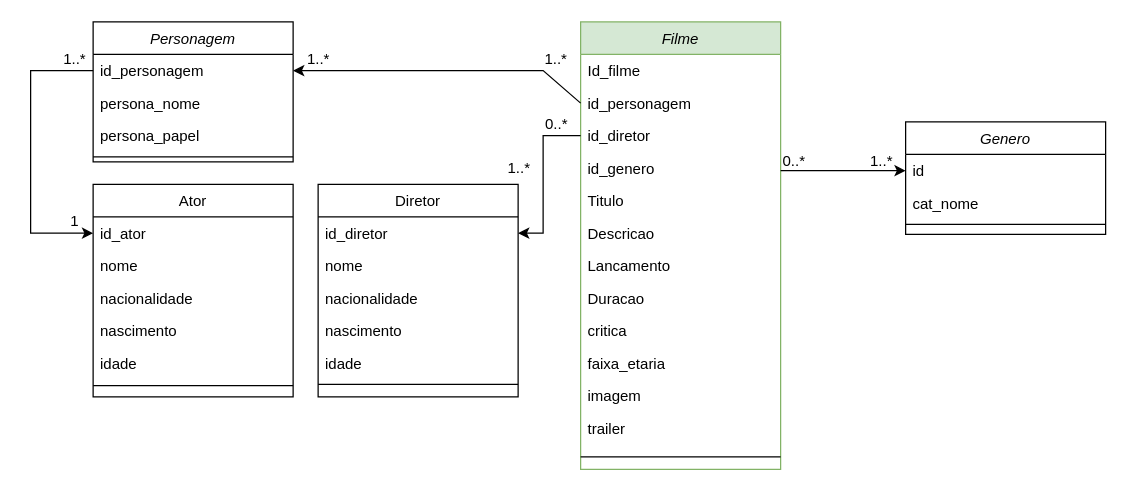
Above: Untitled Diagram.drawio in LucasPeresFaria/CatalogoFilmes (draw.io), before the change. Source tidied: cells renumbered, new cells numbered last; positions are measured from the earlier drawing's top-left corner, leaving out a move shared by most shapes. Both pictures are drawn from the tidied source at 125%, with x=0, y=0 at pixel (30, 21).
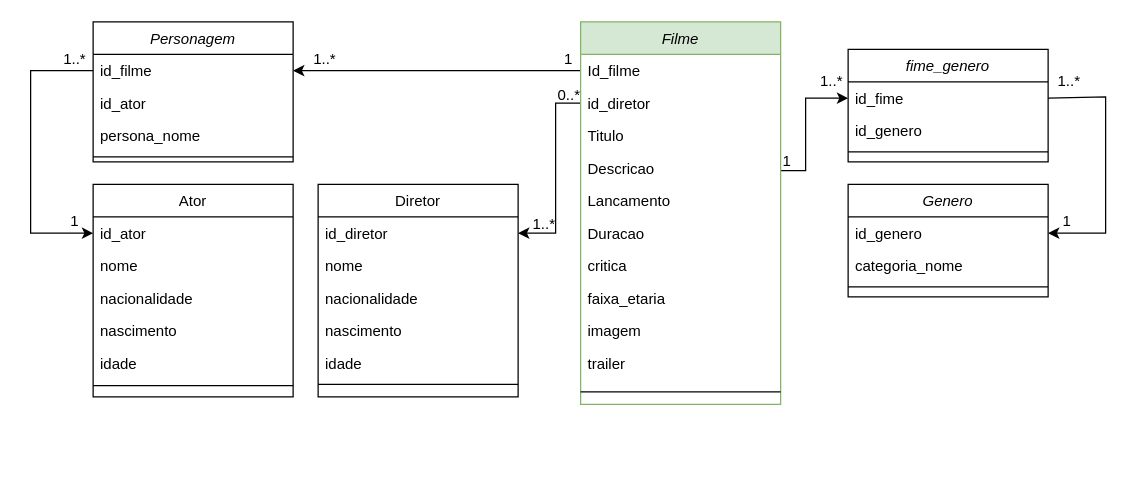
After the change.

Commit message (it also covers changes not shown here):
Correção no banco de dados

Unchanged cells that the change refers to:
```xml
<mxCell id="3" value="Id_filme" style="text;align=left;verticalAlign=top;spacingLeft=4;spacingRight=4;overflow=hidden;points=[[0,0.5],[1,0.5]];portConstraint=eastwest;" parent="2" vertex="1">
  <mxGeometry y="26" width="160" height="26" as="geometry" />
</mxCell>
<mxCell id="24" value="id_diretor" style="text;align=left;verticalAlign=top;spacingLeft=4;spacingRight=4;overflow=hidden;points=[[0,0.5],[1,0.5]];portConstraint=eastwest;" parent="23" vertex="1">
  <mxGeometry y="26" width="160" height="26" as="geometry" />
</mxCell>
<mxCell id="32" value="id_ator" style="text;align=left;verticalAlign=top;spacingLeft=4;spacingRight=4;overflow=hidden;points=[[0,0.5],[1,0.5]];portConstraint=eastwest;" parent="31" vertex="1">
  <mxGeometry y="26" width="160" height="26" as="geometry" />
</mxCell>
```

Diff of the diagram source:
```diff
@@
+    <mxCell id="21" value="1..*" style="align=left;verticalAlign=bottom;labelBackgroundColor=none;fontSize=12;" parent="1" vertex="1">
+      <mxGeometry x="400" y="170" as="geometry" />
+    </mxCell>
+    <mxCell id="22" style="edgeStyle=none;rounded=0;jettySize=auto;html=1;entryX=0;entryY=0.5;entryDx=0;entryDy=0;" parent="1" edge="1" target="43">
+      <mxGeometry relative="1" as="geometry">
+        <mxPoint x="600" y="119" as="sourcePoint" />
+        <Array as="points">
+          <mxPoint x="620" y="119" />
+          <mxPoint x="620" y="61" />
+        </Array>
+      </mxGeometry>
+    </mxCell>
+    <mxCell id="30" style="edgeStyle=none;rounded=0;jettySize=auto;html=1;exitX=0;exitY=0.5;exitDx=0;exitDy=0;entryX=0;entryY=0.5;entryDx=0;entryDy=0;" parent="1" edge="1" source="17" target="32">
+      <mxGeometry relative="1" as="geometry">
+        <Array as="points">
+          <mxPoint y="39" />
+          <mxPoint y="169" />
+        </Array>
+      </mxGeometry>
+    </mxCell>
+    <mxCell id="38" style="edgeStyle=none;rounded=0;jettySize=auto;html=1;exitX=0;exitY=0.5;exitDx=0;exitDy=0;entryX=1;entryY=0.5;entryDx=0;entryDy=0;" parent="1" edge="1" source="5" target="24">
+      <mxGeometry relative="1" as="geometry">
+        <Array as="points">
+          <mxPoint x="420" y="65" />
+          <mxPoint x="420" y="91" />
+          <mxPoint x="420" y="169" />
+        </Array>
+      </mxGeometry>
+    </mxCell>
+    <mxCell id="46" value="0..*" style="align=left;verticalAlign=bottom;labelBackgroundColor=none;fontSize=12;" parent="1" vertex="1">
+      <mxGeometry x="420" y="67" as="geometry" />
+    </mxCell>
+    <mxCell id="47" value="1" style="align=left;verticalAlign=bottom;labelBackgroundColor=none;fontSize=12;" parent="1" vertex="1">
+      <mxGeometry x="600" y="120" as="geometry" />
+    </mxCell>
+    <mxCell id="48" value="1..*" style="align=left;verticalAlign=bottom;labelBackgroundColor=none;fontSize=12;" parent="1" vertex="1">
+      <mxGeometry x="820" y="56" as="geometry" />
+    </mxCell>
+    <mxCell id="49" value="1..*" style="text;html=1;align=center;verticalAlign=middle;fillColor=none;strokeColor=none;rounded=0;shadow=0;" parent="1" vertex="1">
+      <mxGeometry x="20" y="20" width="30" height="20" as="geometry" />
+    </mxCell>
+    <mxCell id="50" value="1" style="text;html=1;align=center;verticalAlign=middle;fillColor=none;strokeColor=none;rounded=0;shadow=0;" parent="1" vertex="1">
+      <mxGeometry x="25" y="150" width="20" height="20" as="geometry" />
+    </mxCell>
+    <mxCell id="51" style="edgeStyle=orthogonalEdgeStyle;rounded=0;jettySize=auto;html=1;exitX=0;exitY=0.5;exitDx=0;exitDy=0;entryX=1;entryY=0.5;entryDx=0;entryDy=0;" parent="1" edge="1" source="3" target="17">
+      <mxGeometry relative="1" as="geometry" />
+    </mxCell>
+    <mxCell id="52" value="1" style="text;html=1;align=center;verticalAlign=middle;fillColor=none;strokeColor=none;rounded=0;shadow=0;" parent="1" vertex="1">
+      <mxGeometry x="420" y="20" width="20" height="20" as="geometry" />
+    </mxCell>
+    <mxCell id="53" value="1..*" style="text;html=1;align=center;verticalAlign=middle;fillColor=none;strokeColor=none;rounded=0;shadow=0;" parent="1" vertex="1">
+      <mxGeometry x="220" y="20" width="30" height="20" as="geometry" />
+    </mxCell>
     <mxCell id="2" value="Filme" style="swimlane;fontStyle=2;align=center;verticalAlign=top;horizontal=1;startSize=26;rounded=0;shadow=0;strokeWidth=1;fillColor=#d5e8d4;strokeColor=#82b366;" parent="1" vertex="1">
-      <mxGeometry x="440" width="160" height="358" as="geometry" />
+      <mxGeometry x="440" width="160" height="306" as="geometry" />
     </mxCell>
@@
-    <mxCell id="4" value="id_personagem" style="text;align=left;verticalAlign=top;spacingLeft=4;spacingRight=4;overflow=hidden;points=[[0,0.5],[1,0.5]];portConstraint=eastwest;rounded=0;shadow=0;html=0;" parent="2" vertex="1">
-      <mxGeometry y="52" width="160" height="26" as="geometry" />
-    </mxCell>
     <mxCell id="5" value="id_diretor" style="text;align=left;verticalAlign=top;spacingLeft=4;spacingRight=4;overflow=hidden;points=[[0,0.5],[1,0.5]];portConstraint=eastwest;rounded=0;shadow=0;html=0;" parent="2" vertex="1">
-      <mxGeometry y="78" width="160" height="26" as="geometry" />
+      <mxGeometry y="52" width="160" height="26" as="geometry" />
     </mxCell>
-    <mxCell id="6" value="id_genero" style="text;align=left;verticalAlign=top;spacingLeft=4;spacingRight=4;overflow=hidden;points=[[0,0.5],[1,0.5]];portConstraint=eastwest;rounded=0;shadow=0;html=0;" parent="2" vertex="1">
-      <mxGeometry y="104" width="160" height="26" as="geometry" />
-    </mxCell>
     <mxCell id="7" value="Titulo" style="text;align=left;verticalAlign=top;spacingLeft=4;spacingRight=4;overflow=hidden;rounded=0;shadow=0;html=0;" parent="2" vertex="1">
-      <mxGeometry y="130" width="160" height="26" as="geometry" />
+      <mxGeometry y="78" width="160" height="26" as="geometry" />
     </mxCell>
     <mxCell id="8" value="Descricao" style="text;align=left;verticalAlign=top;spacingLeft=4;spacingRight=4;overflow=hidden;rounded=0;shadow=0;html=0;" parent="2" vertex="1">
-      <mxGeometry y="156" width="160" height="26" as="geometry" />
+      <mxGeometry y="104" width="160" height="26" as="geometry" />
     </mxCell>
     <mxCell id="9" value="Lancamento" style="text;align=left;verticalAlign=top;spacingLeft=4;spacingRight=4;overflow=hidden;rounded=0;shadow=0;html=0;" parent="2" vertex="1">
-      <mxGeometry y="182" width="160" height="26" as="geometry" />
+      <mxGeometry y="130" width="160" height="26" as="geometry" />
     </mxCell>
     <mxCell id="10" value="Duracao" style="text;align=left;verticalAlign=top;spacingLeft=4;spacingRight=4;overflow=hidden;rounded=0;shadow=0;html=0;" parent="2" vertex="1">
-      <mxGeometry y="208" width="160" height="26" as="geometry" />
+      <mxGeometry y="156" width="160" height="26" as="geometry" />
     </mxCell>
     <mxCell id="11" value="critica" style="text;align=left;verticalAlign=top;spacingLeft=4;spacingRight=4;overflow=hidden;rounded=0;shadow=0;html=0;" parent="2" vertex="1">
-      <mxGeometry y="234" width="160" height="26" as="geometry" />
+      <mxGeometry y="182" width="160" height="26" as="geometry" />
     </mxCell>
     <mxCell id="12" value="faixa_etaria" style="text;align=left;verticalAlign=top;spacingLeft=4;spacingRight=4;overflow=hidden;rounded=0;shadow=0;html=0;" parent="2" vertex="1">
-      <mxGeometry y="260" width="160" height="26" as="geometry" />
+      <mxGeometry y="208" width="160" height="26" as="geometry" />
     </mxCell>
     <mxCell id="13" value="imagem" style="text;align=left;verticalAlign=top;spacingLeft=4;spacingRight=4;overflow=hidden;rounded=0;shadow=0;html=0;" parent="2" vertex="1">
-      <mxGeometry y="286" width="160" height="26" as="geometry" />
+      <mxGeometry y="234" width="160" height="26" as="geometry" />
     </mxCell>
     <mxCell id="14" value="trailer" style="text;align=left;verticalAlign=top;spacingLeft=4;spacingRight=4;overflow=hidden;rounded=0;shadow=0;html=0;" parent="2" vertex="1">
-      <mxGeometry y="312" width="160" height="26" as="geometry" />
+      <mxGeometry y="260" width="160" height="26" as="geometry" />
     </mxCell>
     <mxCell id="15" style="line;html=1;strokeWidth=1;align=left;verticalAlign=middle;spacingTop=-1;spacingLeft=3;spacingRight=3;labelPosition=right;" parent="2" vertex="1">
-      <mxGeometry y="338" width="160" height="20" as="geometry" />
+      <mxGeometry y="286" width="160" height="20" as="geometry" />
     </mxCell>
-    <mxCell id="16" value="Personagem" style="swimlane;fontStyle=2;align=center;verticalAlign=top;horizontal=1;startSize=26;rounded=0;shadow=0;strokeWidth=1;" parent="1" vertex="1">
-      <mxGeometry x="50" width="160" height="112" as="geometry" />
-    </mxCell>
-    <mxCell id="17" value="id_personagem" style="text;align=left;verticalAlign=top;spacingLeft=4;spacingRight=4;overflow=hidden;points=[[0,0.5],[1,0.5]];portConstraint=eastwest;" parent="16" vertex="1">
-      <mxGeometry y="26" width="160" height="26" as="geometry" />
-    </mxCell>
-    <mxCell id="18" value="persona_nome" style="text;align=left;verticalAlign=top;spacingLeft=4;spacingRight=4;overflow=hidden;rounded=0;shadow=0;html=0;" parent="16" vertex="1">
-      <mxGeometry y="52" width="160" height="26" as="geometry" />
-    </mxCell>
-    <mxCell id="19" value="persona_papel" style="text;align=left;verticalAlign=top;spacingLeft=4;spacingRight=4;overflow=hidden;rounded=0;shadow=0;html=0;" parent="16" vertex="1">
-      <mxGeometry y="78" width="160" height="26" as="geometry" />
-    </mxCell>
-    <mxCell id="20" style="line;html=1;strokeWidth=1;align=left;verticalAlign=middle;spacingTop=-1;spacingLeft=3;spacingRight=3;labelPosition=right;" parent="16" vertex="1">
-      <mxGeometry y="104" width="160" height="8" as="geometry" />
-    </mxCell>
-    <mxCell id="21" value="1..*" style="align=left;verticalAlign=bottom;labelBackgroundColor=none;fontSize=12;" parent="1" vertex="1">
-      <mxGeometry x="380" y="125" as="geometry" />
-    </mxCell>
-    <mxCell id="22" style="edgeStyle=none;rounded=0;jettySize=auto;html=1;entryX=0;entryY=0.5;entryDx=0;entryDy=0;" parent="1" edge="1" target="43">
-      <mxGeometry relative="1" as="geometry">
-        <mxPoint x="600" y="119" as="sourcePoint" />
-      </mxGeometry>
-    </mxCell>
@@
-    <mxCell id="30" style="edgeStyle=none;rounded=0;jettySize=auto;html=1;exitX=0;exitY=0.5;exitDx=0;exitDy=0;entryX=0;entryY=0.5;entryDx=0;entryDy=0;" parent="1" edge="1" source="17" target="32">
-      <mxGeometry relative="1" as="geometry">
-        <Array as="points">
-          <mxPoint y="39" />
-          <mxPoint y="169" />
-        </Array>
-      </mxGeometry>
-    </mxCell>
+    <mxCell id="16" value="Personagem" style="swimlane;fontStyle=2;align=center;verticalAlign=top;horizontal=1;startSize=26;rounded=0;shadow=0;strokeWidth=1;" parent="1" vertex="1">
+      <mxGeometry x="50" width="160" height="112" as="geometry" />
+    </mxCell>
+    <mxCell id="17" value="id_filme" style="text;align=left;verticalAlign=top;spacingLeft=4;spacingRight=4;overflow=hidden;points=[[0,0.5],[1,0.5]];portConstraint=eastwest;" parent="16" vertex="1">
+      <mxGeometry y="26" width="160" height="26" as="geometry" />
+    </mxCell>
+    <mxCell id="18" value="id_ator" style="text;align=left;verticalAlign=top;spacingLeft=4;spacingRight=4;overflow=hidden;rounded=0;shadow=0;html=0;" parent="16" vertex="1">
+      <mxGeometry y="52" width="160" height="26" as="geometry" />
+    </mxCell>
+    <mxCell id="19" value="persona_nome" style="text;align=left;verticalAlign=top;spacingLeft=4;spacingRight=4;overflow=hidden;rounded=0;shadow=0;html=0;" parent="16" vertex="1">
+      <mxGeometry y="78" width="160" height="26" as="geometry" />
+    </mxCell>
+    <mxCell id="20" style="line;html=1;strokeWidth=1;align=left;verticalAlign=middle;spacingTop=-1;spacingLeft=3;spacingRight=3;labelPosition=right;" parent="16" vertex="1">
+      <mxGeometry y="104" width="160" height="8" as="geometry" />
+    </mxCell>
@@
-    <mxCell id="38" style="edgeStyle=none;rounded=0;jettySize=auto;html=1;exitX=0;exitY=0.5;exitDx=0;exitDy=0;entryX=1;entryY=0.5;entryDx=0;entryDy=0;" parent="1" edge="1" source="5" target="24">
-      <mxGeometry relative="1" as="geometry">
-        <Array as="points">
-          <mxPoint x="410" y="91" />
-          <mxPoint x="410" y="169" />
-        </Array>
-      </mxGeometry>
-    </mxCell>
-    <mxCell id="39" style="edgeStyle=none;rounded=0;jettySize=auto;html=1;exitX=0;exitY=0.5;exitDx=0;exitDy=0;entryX=1;entryY=0.5;entryDx=0;entryDy=0;" parent="1" edge="1" source="4" target="17">
-      <mxGeometry relative="1" as="geometry">
-        <Array as="points">
-          <mxPoint x="410" y="39" />
-          <mxPoint x="380" y="39" />
-          <mxPoint x="320" y="39" />
-        </Array>
-      </mxGeometry>
-    </mxCell>
-    <mxCell id="40" value="1..*" style="text;html=1;align=center;verticalAlign=middle;fillColor=none;strokeColor=none;rounded=0;shadow=0;" parent="1" vertex="1">
-      <mxGeometry x="405" y="20" width="30" height="20" as="geometry" />
-    </mxCell>
-    <mxCell id="41" value="1..*" style="text;html=1;align=center;verticalAlign=middle;fillColor=none;strokeColor=none;rounded=0;shadow=0;" parent="1" vertex="1">
-      <mxGeometry x="215" y="20" width="30" height="20" as="geometry" />
-    </mxCell>
-    <mxCell id="42" value="Genero" style="swimlane;fontStyle=2;align=center;verticalAlign=top;horizontal=1;startSize=26;rounded=0;shadow=0;strokeWidth=1;" parent="1" vertex="1">
-      <mxGeometry x="700" y="80" width="160" height="90" as="geometry" />
+    <mxCell id="42" value="fime_genero" style="swimlane;fontStyle=2;align=center;verticalAlign=top;horizontal=1;startSize=26;rounded=0;shadow=0;strokeWidth=1;" parent="1" vertex="1">
+      <mxGeometry x="654" y="22" width="160" height="90" as="geometry" />
     </mxCell>
-    <mxCell id="43" value="id" style="text;align=left;verticalAlign=top;spacingLeft=4;spacingRight=4;overflow=hidden;points=[[0,0.5],[1,0.5]];portConstraint=eastwest;" parent="42" vertex="1">
+    <mxCell id="43" value="id_fime" style="text;align=left;verticalAlign=top;spacingLeft=4;spacingRight=4;overflow=hidden;points=[[0,0.5],[1,0.5]];portConstraint=eastwest;" parent="42" vertex="1">
       <mxGeometry y="26" width="160" height="26" as="geometry" />
     </mxCell>
-    <mxCell id="44" value="cat_nome" style="text;align=left;verticalAlign=top;spacingLeft=4;spacingRight=4;overflow=hidden;rounded=0;shadow=0;html=0;" parent="42" vertex="1">
+    <mxCell id="44" value="id_genero" style="text;align=left;verticalAlign=top;spacingLeft=4;spacingRight=4;overflow=hidden;rounded=0;shadow=0;html=0;" parent="42" vertex="1">
       <mxGeometry y="52" width="160" height="26" as="geometry" />
     </mxCell>
@@
-    <mxCell id="46" value="0..*" style="align=left;verticalAlign=bottom;labelBackgroundColor=none;fontSize=12;" parent="1" vertex="1">
-      <mxGeometry x="410" y="90" as="geometry" />
-    </mxCell>
-    <mxCell id="47" value="0..*" style="align=left;verticalAlign=bottom;labelBackgroundColor=none;fontSize=12;" parent="1" vertex="1">
-      <mxGeometry x="600" y="120" as="geometry" />
-    </mxCell>
-    <mxCell id="48" value="1..*" style="align=left;verticalAlign=bottom;labelBackgroundColor=none;fontSize=12;" parent="1" vertex="1">
-      <mxGeometry x="670" y="120" as="geometry" />
-    </mxCell>
-    <mxCell id="49" value="1..*" style="text;html=1;align=center;verticalAlign=middle;fillColor=none;strokeColor=none;rounded=0;shadow=0;" parent="1" vertex="1">
-      <mxGeometry x="20" y="20" width="30" height="20" as="geometry" />
-    </mxCell>
-    <mxCell id="50" value="1" style="text;html=1;align=center;verticalAlign=middle;fillColor=none;strokeColor=none;rounded=0;shadow=0;" parent="1" vertex="1">
-      <mxGeometry x="25" y="150" width="20" height="20" as="geometry" />
-    </mxCell>
+    <mxCell id="54" value="Genero" style="swimlane;fontStyle=2;align=center;verticalAlign=top;horizontal=1;startSize=26;rounded=0;shadow=0;strokeWidth=1;" parent="1" vertex="1">
+      <mxGeometry x="654" y="130" width="160" height="90" as="geometry" />
+    </mxCell>
+    <mxCell id="6" value="id_genero" style="text;align=left;verticalAlign=top;spacingLeft=4;spacingRight=4;overflow=hidden;points=[[0,0.5],[1,0.5]];portConstraint=eastwest;" parent="54" vertex="1">
+      <mxGeometry y="26" width="160" height="26" as="geometry" />
+    </mxCell>
+    <mxCell id="55" value="categoria_nome" style="text;align=left;verticalAlign=top;spacingLeft=4;spacingRight=4;overflow=hidden;rounded=0;shadow=0;html=0;" parent="54" vertex="1">
+      <mxGeometry y="52" width="160" height="26" as="geometry" />
+    </mxCell>
+    <mxCell id="56" style="line;html=1;strokeWidth=1;align=left;verticalAlign=middle;spacingTop=-1;spacingLeft=3;spacingRight=3;labelPosition=right;" parent="54" vertex="1">
+      <mxGeometry y="78" width="160" height="8" as="geometry" />
+    </mxCell>
+    <mxCell id="57" style="edgeStyle=none;rounded=0;jettySize=auto;html=1;exitX=1;exitY=0.5;exitDx=0;exitDy=0;entryX=1;entryY=0.5;entryDx=0;entryDy=0;" parent="1" edge="1" source="43" target="6">
+      <mxGeometry relative="1" as="geometry">
+        <Array as="points">
+          <mxPoint x="860" y="60" />
+          <mxPoint x="860" y="169" />
+        </Array>
+      </mxGeometry>
+    </mxCell>
+    <mxCell id="58" value="1" style="align=left;verticalAlign=bottom;labelBackgroundColor=none;fontSize=12;" parent="1" vertex="1">
+      <mxGeometry x="610" y="130" as="geometry">
+        <mxPoint x="214" y="38" as="offset" />
+      </mxGeometry>
+    </mxCell>
+    <mxCell id="59" value="1..*" style="align=left;verticalAlign=bottom;labelBackgroundColor=none;fontSize=12;" parent="1" vertex="1">
+      <mxGeometry x="630" y="56" as="geometry" />
+    </mxCell>
```
